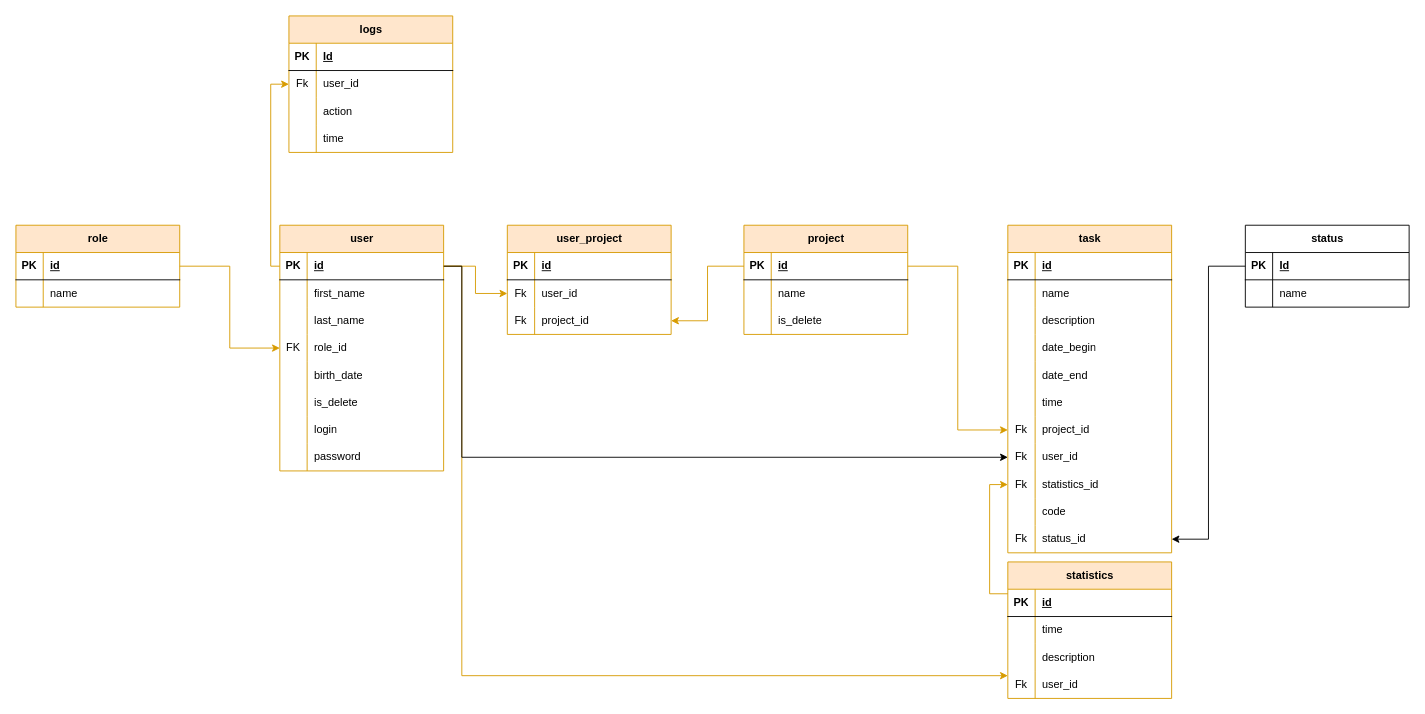
Before: diagrams/taskManager.drawio in AbominablePutridity/TaskManager-SpringBoot-, a draw.io diagram. Source tidied: cells renumbered, new cells numbered last; positions are measured from the earlier drawing's top-left corner, leaving out a move shared by most shapes. Both pictures are drawn from the tidied source at 91%, with x=0, y=0 at pixel (15, 15).
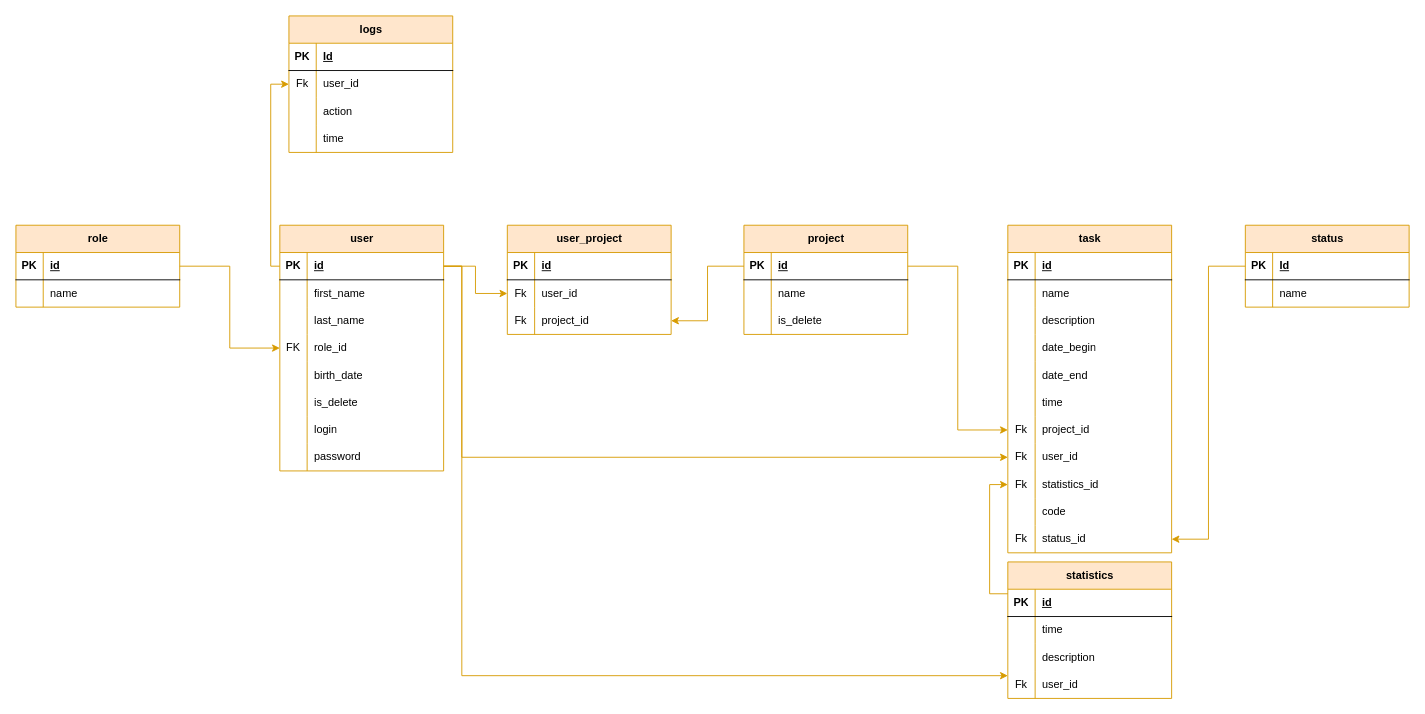
The same diagram, later.

Unchanged cells that the change refers to:
```xml
<mxCell id="3" style="shape=tableRow;horizontal=0;startSize=0;swimlaneHead=0;swimlaneBody=0;fillColor=none;points=[[0,0.5],[1,0.5]];portConstraint=eastwest;top=0;left=0;right=0;bottom=1;" parent="2" vertex="1">
  <mxGeometry y="30" width="180" height="30" as="geometry" />
</mxCell>
<mxCell id="67" style="shape=tableRow;horizontal=0;startSize=0;swimlaneHead=0;swimlaneBody=0;fillColor=none;points=[[0,0.5],[1,0.5]];portConstraint=eastwest;top=0;left=0;right=0;bottom=0;" parent="45" vertex="1">
  <mxGeometry y="240" width="180" height="30" as="geometry" />
</mxCell>
<mxCell id="76" style="shape=tableRow;horizontal=0;startSize=0;swimlaneHead=0;swimlaneBody=0;fillColor=none;points=[[0,0.5],[1,0.5]];portConstraint=eastwest;top=0;left=0;right=0;bottom=0;" parent="45" vertex="1">
  <mxGeometry y="330" width="180" height="30" as="geometry" />
</mxCell>
<mxCell id="123" style="shape=tableRow;horizontal=0;startSize=0;swimlaneHead=0;swimlaneBody=0;fillColor=none;points=[[0,0.5],[1,0.5]];portConstraint=eastwest;top=0;left=0;right=0;bottom=1;" parent="122" vertex="1">
  <mxGeometry y="30" width="180" height="30" as="geometry" />
</mxCell>
```

What changed in the source:
```diff
@@
-    <mxCell id="121" style="edgeStyle=orthogonalEdgeStyle;rounded=0;jettySize=auto;html=1;" parent="1" edge="1" source="3" target="67">
+    <mxCell id="121" style="edgeStyle=orthogonalEdgeStyle;rounded=0;jettySize=auto;html=1;fillColor=#ffe6cc;strokeColor=#d79b00;" parent="1" edge="1" source="3" target="67">
       <mxGeometry relative="1" as="geometry">
         <Array as="points">
           <mxPoint x="490" y="275" />
           <mxPoint x="490" y="485" />
         </Array>
       </mxGeometry>
     </mxCell>
-    <mxCell id="122" value="status" style="shape=table;startSize=30;childLayout=tableLayout;rowLines=0;fontStyle=1;align=center;html=1;" parent="1" vertex="1">
+    <mxCell id="122" value="status" style="shape=table;startSize=30;childLayout=tableLayout;rowLines=0;fontStyle=1;align=center;html=1;fillColor=#ffe6cc;strokeColor=#d79b00;" parent="1" vertex="1">
       <mxGeometry x="1351" y="230" width="180" height="90" as="geometry" />
     </mxCell>
@@
-    <mxCell id="129" style="edgeStyle=orthogonalEdgeStyle;rounded=0;jettySize=auto;html=1;" parent="1" edge="1" source="123" target="76">
+    <mxCell id="129" style="edgeStyle=orthogonalEdgeStyle;rounded=0;jettySize=auto;html=1;fillColor=#ffe6cc;strokeColor=#d79b00;" parent="1" edge="1" source="123" target="76">
       <mxGeometry relative="1" as="geometry" />
     </mxCell>
```
